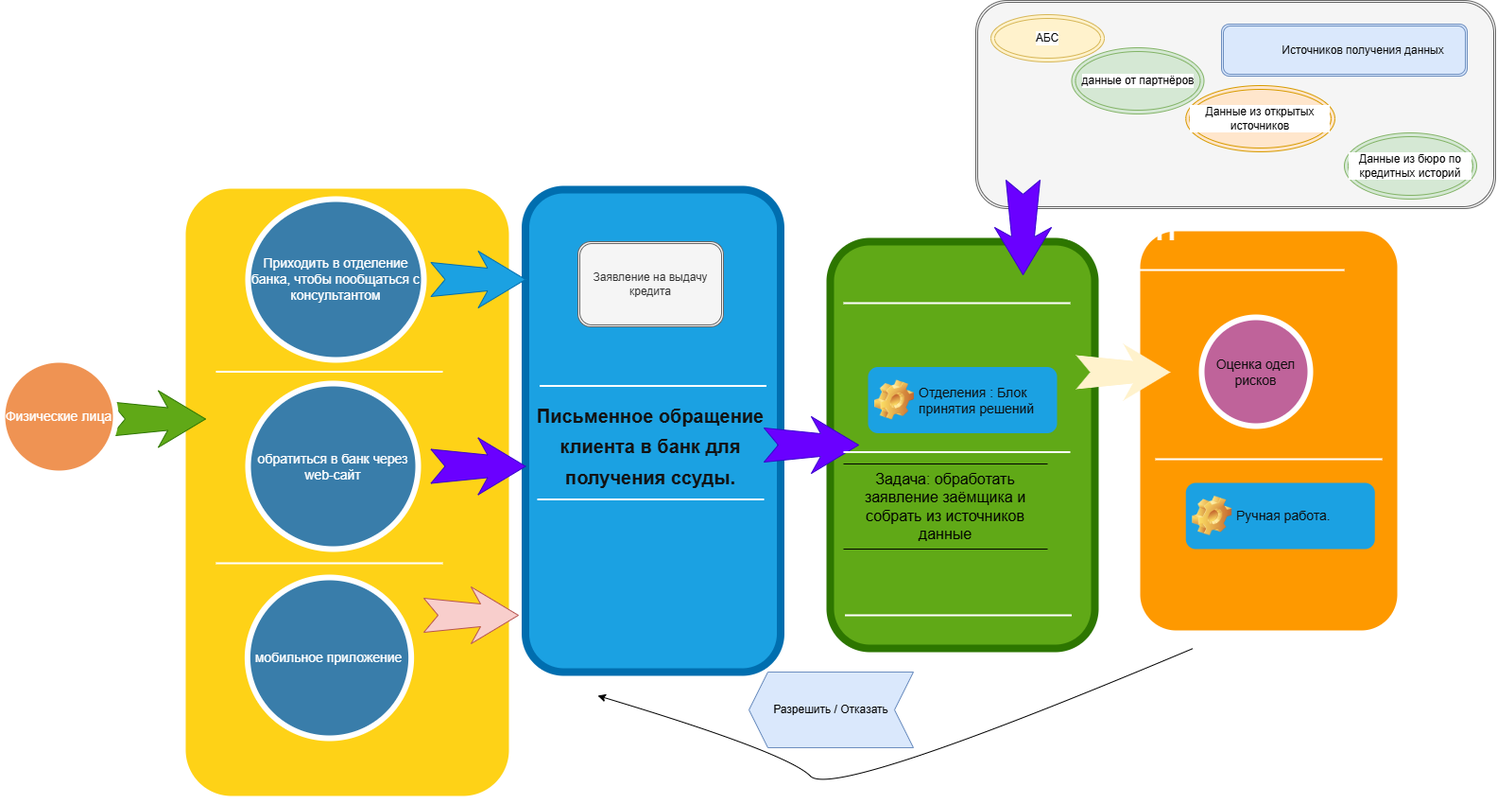
Earlier version of the draw.io export docs/Диаграмма без названия.drawio.png (Ujumanazarov/kubernetes). Source tidied: cells renumbered, new cells last; positions are measured from the earlier drawing's top-left corner, leaving out a move shared by most shapes.
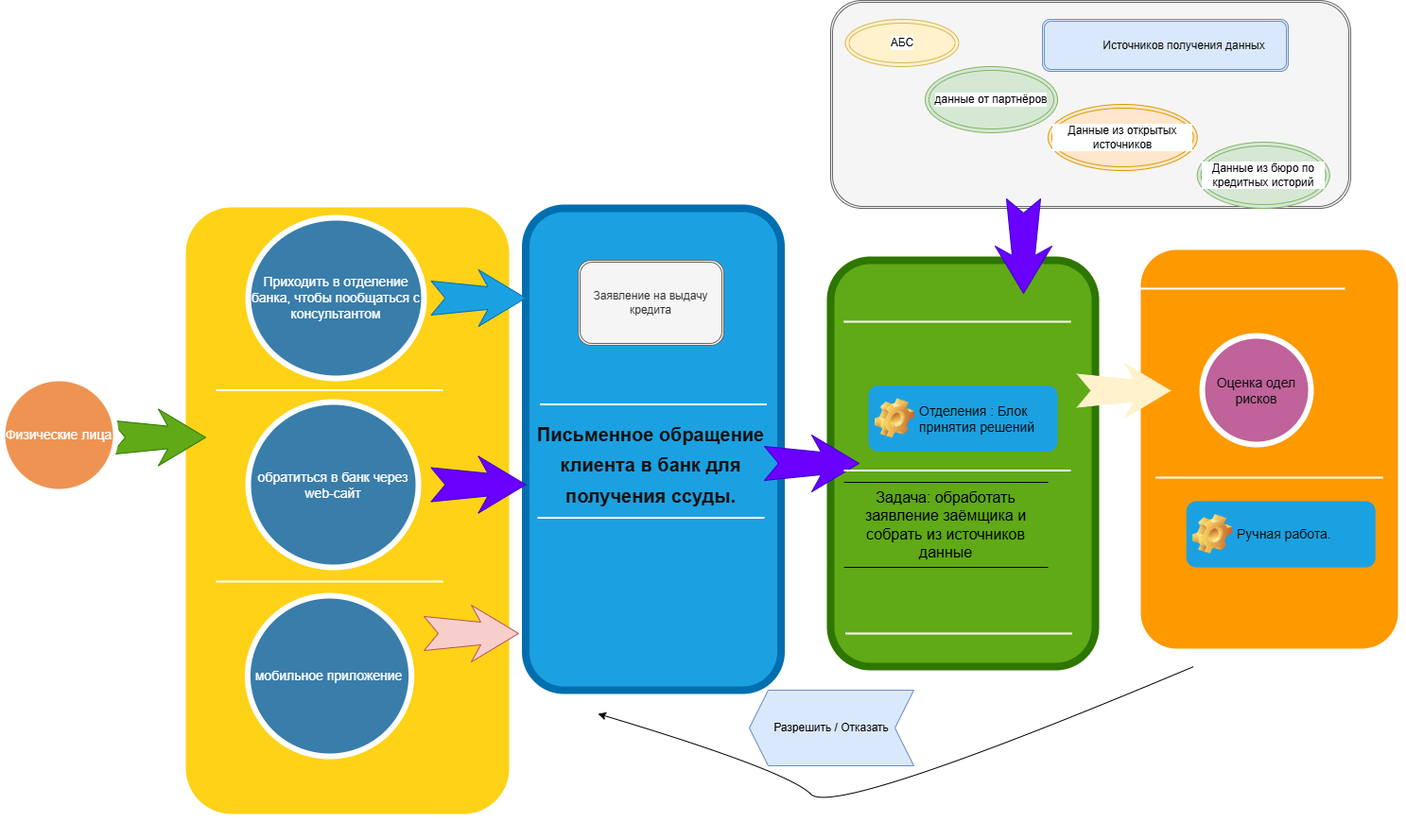
The same diagram one commit later.

The edit, as a diff of the source:
```diff
@@ -47,9 +47,6 @@
     <mxCell id="16" style="whiteSpace=wrap;html=1;rounded=1;shadow=0;strokeWidth=8;fontSize=20;align=center;fillColor=#FE9900;strokeColor=#FFFFFF;" parent="1" vertex="1">
       <mxGeometry x="1200" y="240" width="280" height="430" as="geometry" />
     </mxCell>
-    <mxCell id="17" value="DELIGHT" style="text;html=1;strokeColor=none;fillColor=none;align=center;verticalAlign=middle;whiteSpace=wrap;rounded=0;shadow=0;fontSize=27;fontColor=#FFFFFF;fontStyle=1;" parent="1" vertex="1">
-      <mxGeometry x="1046" y="215" width="280" height="60" as="geometry" />
-    </mxCell>
     <mxCell id="18" style="line;strokeWidth=2;html=1;rounded=0;shadow=0;fontSize=27;align=center;fillColor=none;strokeColor=#FFFFFF;" parent="1" vertex="1">
       <mxGeometry x="1180" y="280" width="240" height="10" as="geometry" />
     </mxCell>
@@ -89,26 +86,23 @@
     <mxCell id="30" style="html=1;shadow=0;dashed=0;align=center;verticalAlign=middle;shape=mxgraph.arrows2.stylisedArrow;dy=0.6;dx=40;notch=15;feather=0.4;rounded=0;strokeWidth=1;fontSize=27;strokeColor=#3700CC;fillColor=#6a00ff;fontColor=#ffffff;" parent="1" vertex="1">
       <mxGeometry x="806" y="440" width="100" height="60" as="geometry" />
     </mxCell>
-    <mxCell id="31" style="ellipse;shape=doubleEllipse;whiteSpace=wrap;html=1;fillColor=#e1d5e7;strokeColor=#9673a6;" parent="1" vertex="1">
-      <mxGeometry x="1360" y="65" width="150" height="75" as="geometry" />
-    </mxCell>
     <mxCell id="32" value="&lt;blockquote style=&quot;margin: 0 0 0 40px; border: none; padding: 0px;&quot;&gt;&lt;br&gt;&lt;/blockquote&gt;" style="shape=ext;double=1;rounded=1;whiteSpace=wrap;html=1;fillColor=#f5f5f5;fontColor=#333333;strokeColor=#666666;" parent="1" vertex="1">
-      <mxGeometry x="1030" width="550" height="220" as="geometry" />
+      <mxGeometry x="876" y="-20" width="550" height="220" as="geometry" />
     </mxCell>
     <mxCell id="33" value="Данные из открытых источников" style="ellipse;shape=doubleEllipse;whiteSpace=wrap;html=1;labelBackgroundColor=default;fillColor=#ffe6cc;strokeColor=#d79b00;" parent="1" vertex="1">
-      <mxGeometry x="1252.2" y="90" width="157.8" height="70" as="geometry" />
+      <mxGeometry x="1106" y="90" width="157.8" height="70" as="geometry" />
     </mxCell>
     <mxCell id="34" value="данные от партнёров" style="ellipse;shape=doubleEllipse;whiteSpace=wrap;html=1;labelBackgroundColor=default;fillColor=#d5e8d4;strokeColor=#82b366;" parent="1" vertex="1">
-      <mxGeometry x="1131.5" y="50" width="140" height="70" as="geometry" />
+      <mxGeometry x="976" y="50" width="140" height="70" as="geometry" />
     </mxCell>
     <mxCell id="35" value="АБС" style="ellipse;shape=doubleEllipse;whiteSpace=wrap;html=1;labelBackgroundColor=default;fillColor=#fff2cc;strokeColor=#d6b656;" parent="1" vertex="1">
-      <mxGeometry x="1046" y="15" width="120" height="50" as="geometry" />
+      <mxGeometry x="891.5" width="120" height="50" as="geometry" />
     </mxCell>
     <mxCell id="36" value="&lt;blockquote style=&quot;margin: 0 0 0 40px; border: none; padding: 0px;&quot;&gt;&lt;font style=&quot;color: light-dark(rgb(8, 8, 8), rgb(237, 237, 237));&quot;&gt;Источников получения данных&lt;/font&gt;&lt;/blockquote&gt;" style="shape=ext;double=1;rounded=1;whiteSpace=wrap;html=1;fillColor=#dae8fc;strokeColor=#6c8ebf;" parent="1" vertex="1">
-      <mxGeometry x="1290" y="25" width="260" height="55" as="geometry" />
+      <mxGeometry x="1100" width="260" height="55" as="geometry" />
     </mxCell>
     <mxCell id="37" value="Данные из бюро по кредитных историй" style="ellipse;shape=doubleEllipse;whiteSpace=wrap;html=1;labelBackgroundColor=default;fillColor=#d5e8d4;strokeColor=#82b366;" parent="1" vertex="1">
-      <mxGeometry x="1420" y="140" width="140" height="70" as="geometry" />
+      <mxGeometry x="1263.8" y="130" width="140" height="70" as="geometry" />
     </mxCell>
     <mxCell id="38" style="html=1;shadow=0;dashed=0;align=center;verticalAlign=middle;shape=mxgraph.arrows2.stylisedArrow;dy=0.6;dx=40;notch=15;feather=0.4;rounded=0;strokeWidth=1;fontSize=27;strokeColor=#3700CC;fillColor=#6a00ff;fontColor=#ffffff;direction=south;" parent="1" vertex="1">
       <mxGeometry x="1050" y="190" width="60" height="100" as="geometry" />
```
